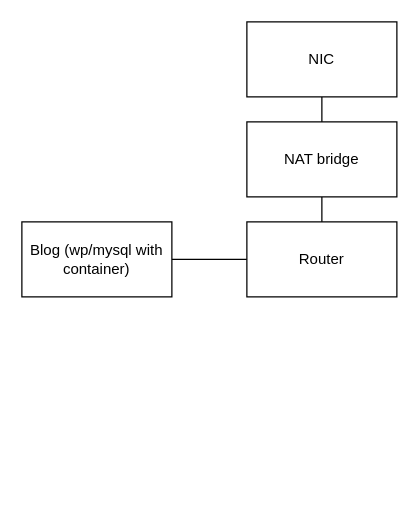
This is 230227_1.drawio from yokikim/Report-resource-linux, a draw.io file, before an edit. Source tidied: cells renumbered, new cells numbered last; positions are measured from the earlier drawing's top-left corner, leaving out a move shared by most shapes. Both pictures are drawn from the tidied source at 125%, with x=0, y=0 at pixel (21, 21).
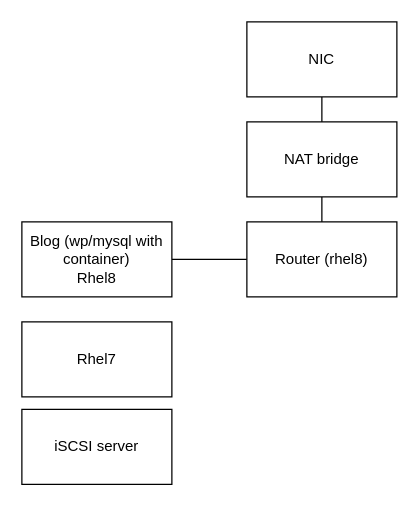
The same diagram, later.

The edit, as a diff of the source:
```diff
@@
 <mxGraphModel>
   <root>
     <mxCell id="0" />
     <mxCell id="1" parent="0" />
     <mxCell id="2" style="edgeStyle=orthogonalEdgeStyle;rounded=0;jettySize=auto;html=1;entryX=0.5;entryY=0;entryDx=0;entryDy=0;endArrow=none;endFill=0;" parent="1" edge="1" source="3" target="5">
       <mxGeometry relative="1" as="geometry" />
     </mxCell>
     <mxCell id="3" value="NIC" style="rounded=0;whiteSpace=wrap;html=1;" parent="1" vertex="1">
       <mxGeometry x="180" width="120" height="60" as="geometry" />
     </mxCell>
     <mxCell id="4" style="edgeStyle=orthogonalEdgeStyle;rounded=0;jettySize=auto;html=1;entryX=0.5;entryY=0;entryDx=0;entryDy=0;endArrow=none;endFill=0;" parent="1" edge="1" source="5" target="7">
       <mxGeometry relative="1" as="geometry" />
     </mxCell>
     <mxCell id="5" value="NAT bridge" style="rounded=0;whiteSpace=wrap;html=1;" parent="1" vertex="1">
       <mxGeometry x="180" y="80" width="120" height="60" as="geometry" />
     </mxCell>
     <mxCell id="6" style="edgeStyle=orthogonalEdgeStyle;rounded=0;jettySize=auto;html=1;endArrow=none;endFill=0;" parent="1" edge="1" source="7" target="8">
       <mxGeometry relative="1" as="geometry" />
     </mxCell>
-    <mxCell id="7" value="Router" style="rounded=0;whiteSpace=wrap;html=1;" parent="1" vertex="1">
+    <mxCell id="7" value="Router (rhel8)" style="rounded=0;whiteSpace=wrap;html=1;" parent="1" vertex="1">
       <mxGeometry x="180" y="160" width="120" height="60" as="geometry" />
     </mxCell>
-    <mxCell id="8" value="Blog (wp/mysql with container)" style="rounded=0;whiteSpace=wrap;html=1;" parent="1" vertex="1">
+    <mxCell id="8" value="Blog (wp/mysql with container)&lt;br&gt;Rhel8" style="rounded=0;whiteSpace=wrap;html=1;" parent="1" vertex="1">
       <mxGeometry y="160" width="120" height="60" as="geometry" />
     </mxCell>
+    <mxCell id="9" value="Rhel7" style="rounded=0;whiteSpace=wrap;html=1;" parent="1" vertex="1">
+      <mxGeometry y="240" width="120" height="60" as="geometry" />
+    </mxCell>
+    <mxCell id="10" value="iSCSI server" style="rounded=0;whiteSpace=wrap;html=1;" parent="1" vertex="1">
+      <mxGeometry y="310" width="120" height="60" as="geometry" />
+    </mxCell>
   </root>
 </mxGraphModel>
```
